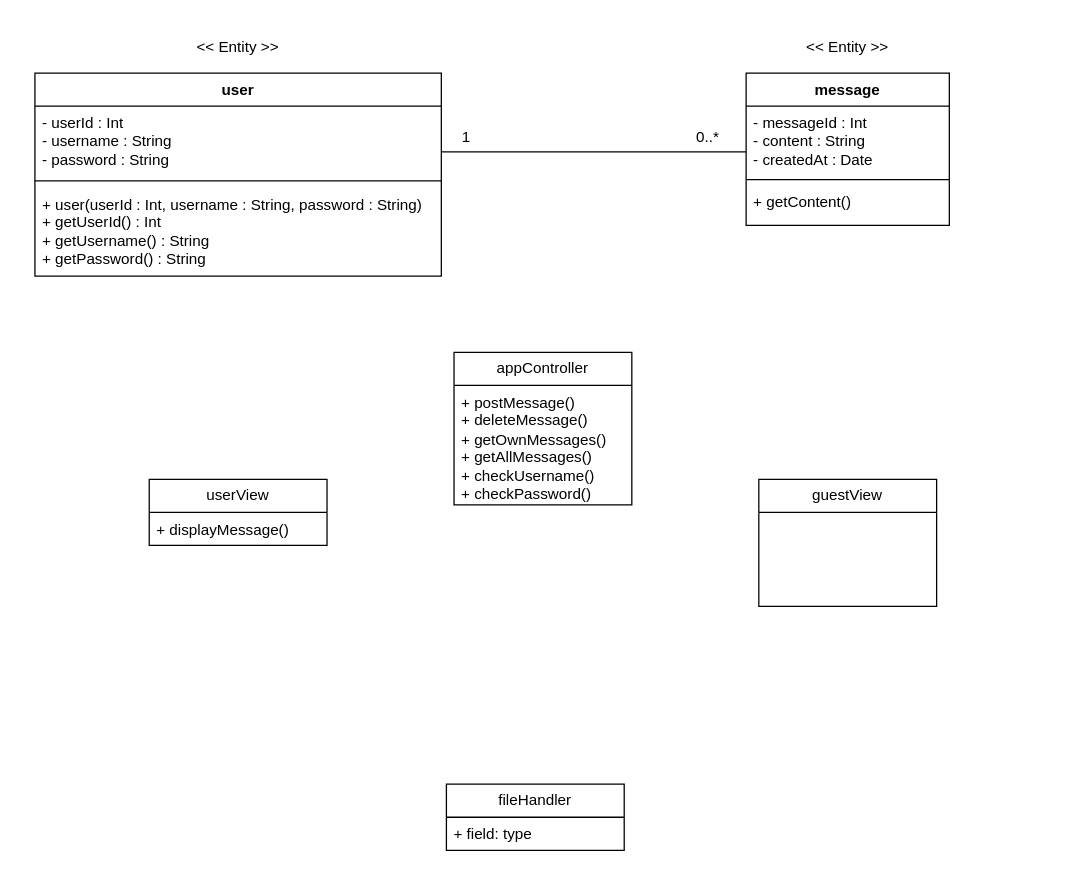
Before: diagrams/class_diagram.drawio in SaraMalmstedt/Chatterbox_Group3, a draw.io diagram. Source tidied: cells renumbered, new cells numbered last; positions are measured from the earlier drawing's top-left corner, leaving out a move shared by most shapes. Both pictures are drawn from the tidied source at 127%, with x=0, y=0 at pixel (34, 22).
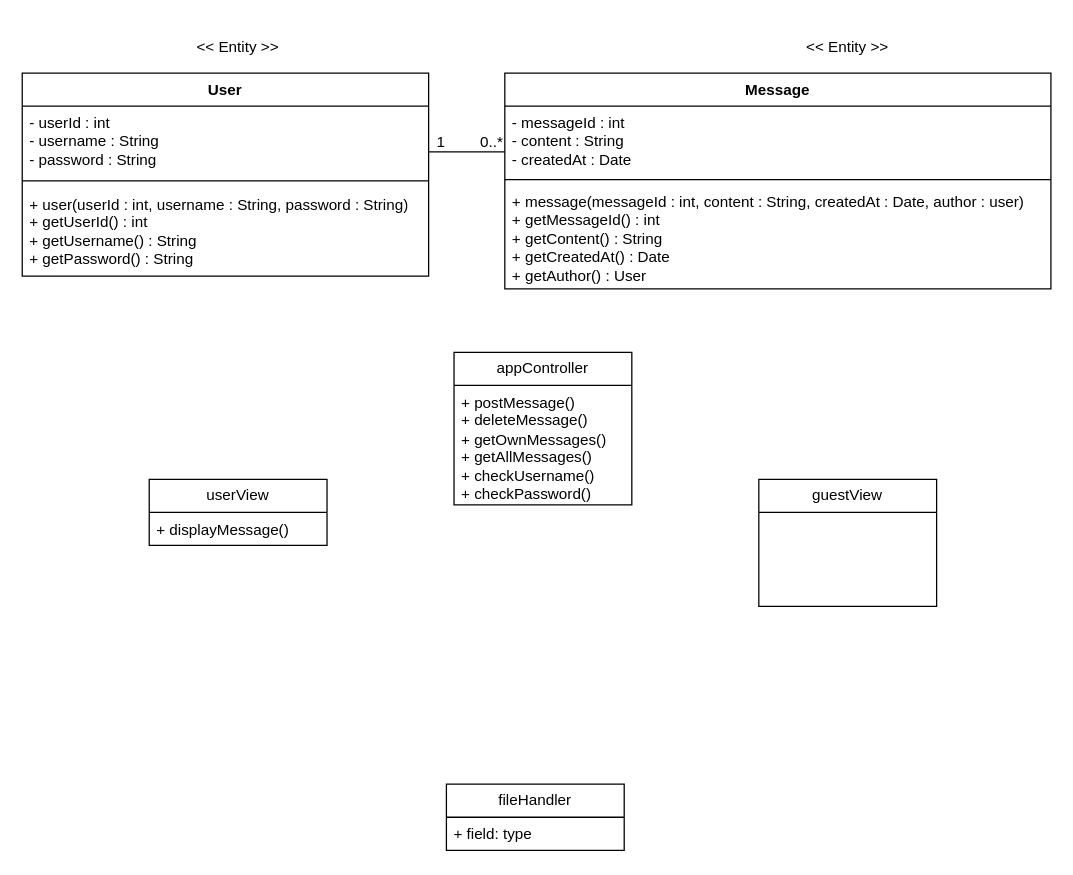
After the change.

Commit message:
finish message class in class_diagram.drawio

The edit, as a diff of the source:
```diff
@@
-    <mxCell id="2" value="user" style="swimlane;fontStyle=1;align=center;verticalAlign=top;horizontal=1;startSize=26;whiteSpace=wrap;html=1;" parent="1" vertex="1">
-      <mxGeometry y="40" width="320" height="160" as="geometry" />
+    <mxCell id="2" value="User" style="swimlane;fontStyle=1;align=center;verticalAlign=top;horizontal=1;startSize=26;whiteSpace=wrap;html=1;" parent="1" vertex="1">
+      <mxGeometry x="-10" y="40" width="320" height="160" as="geometry" />
     </mxCell>
-    <mxCell id="3" value="- userId : Int&lt;div&gt;- username : String&lt;/div&gt;&lt;div&gt;- password : String&lt;/div&gt;" style="text;strokeColor=none;fillColor=none;align=left;verticalAlign=top;spacingLeft=4;spacingRight=4;overflow=hidden;whiteSpace=wrap;html=1;" parent="2" vertex="1">
+    <mxCell id="3" value="- userId : int&lt;div&gt;- username : String&lt;/div&gt;&lt;div&gt;- password : String&lt;/div&gt;" style="text;strokeColor=none;fillColor=none;align=left;verticalAlign=top;spacingLeft=4;spacingRight=4;overflow=hidden;whiteSpace=wrap;html=1;" parent="2" vertex="1">
       <mxGeometry y="26" width="320" height="54" as="geometry" />
     </mxCell>
@@
-    <mxCell id="5" value="&lt;div&gt;+ user(userId : Int, username : String, password : String)&lt;/div&gt;&lt;div&gt;+ getUserId() : Int&lt;/div&gt;&lt;div&gt;+ getUsername() : String&lt;/div&gt;&lt;div&gt;+ getPassword() : String&lt;/div&gt;" style="text;strokeColor=none;fillColor=none;align=left;verticalAlign=top;spacingLeft=4;spacingRight=4;overflow=hidden;whiteSpace=wrap;html=1;" parent="2" vertex="1">
+    <mxCell id="5" value="&lt;div&gt;+ user(userId : int, username : String, password : String)&lt;/div&gt;&lt;div&gt;+ getUserId() : int&lt;/div&gt;&lt;div&gt;+ getUsername() : String&lt;/div&gt;&lt;div&gt;+ getPassword() : String&lt;/div&gt;" style="text;strokeColor=none;fillColor=none;align=left;verticalAlign=top;spacingLeft=4;spacingRight=4;overflow=hidden;whiteSpace=wrap;html=1;" parent="2" vertex="1">
       <mxGeometry y="90" width="320" height="70" as="geometry" />
     </mxCell>
-    <mxCell id="6" value="message" style="swimlane;fontStyle=1;align=center;verticalAlign=top;horizontal=1;startSize=26;whiteSpace=wrap;html=1;" parent="1" vertex="1">
-      <mxGeometry x="560" y="40" width="160" height="120" as="geometry" />
+    <mxCell id="6" value="Message" style="swimlane;fontStyle=1;align=center;verticalAlign=top;horizontal=1;startSize=26;whiteSpace=wrap;html=1;" parent="1" vertex="1">
+      <mxGeometry x="370" y="40" width="430" height="170" as="geometry" />
     </mxCell>
-    <mxCell id="7" value="- messageId : Int&lt;div&gt;- content : String&lt;/div&gt;&lt;div&gt;- createdAt : Date&lt;/div&gt;" style="text;strokeColor=none;fillColor=none;align=left;verticalAlign=top;spacingLeft=4;spacingRight=4;overflow=hidden;whiteSpace=wrap;html=1;" parent="6" vertex="1">
-      <mxGeometry y="26" width="160" height="54" as="geometry" />
+    <mxCell id="7" value="- messageId : int&lt;div&gt;- content : String&lt;/div&gt;&lt;div&gt;- createdAt : Date&lt;/div&gt;" style="text;strokeColor=none;fillColor=none;align=left;verticalAlign=top;spacingLeft=4;spacingRight=4;overflow=hidden;whiteSpace=wrap;html=1;" parent="6" vertex="1">
+      <mxGeometry y="26" width="430" height="54" as="geometry" />
     </mxCell>
     <mxCell id="8" style="line;strokeWidth=1;fillColor=none;align=left;verticalAlign=middle;spacingTop=-1;spacingLeft=3;spacingRight=3;labelPosition=right;strokeColor=inherit;" parent="6" vertex="1">
-      <mxGeometry y="80" width="160" height="8" as="geometry" />
+      <mxGeometry y="80" width="430" height="8" as="geometry" />
     </mxCell>
-    <mxCell id="9" value="+ getContent()" style="text;strokeColor=none;fillColor=none;align=left;verticalAlign=top;spacingLeft=4;spacingRight=4;overflow=hidden;whiteSpace=wrap;html=1;" parent="6" vertex="1">
-      <mxGeometry y="88" width="160" height="32" as="geometry" />
+    <mxCell id="9" value="+ message(messageId : int, content : String, createdAt : Date, author : user)&lt;div&gt;+ getMessageId() : int&lt;/div&gt;&lt;div&gt;+ getContent() : String&lt;/div&gt;&lt;div&gt;+ getCreatedAt() : Date&lt;/div&gt;&lt;div&gt;+ getAuthor() : User&lt;/div&gt;" style="text;strokeColor=none;fillColor=none;align=left;verticalAlign=top;spacingLeft=4;spacingRight=4;overflow=hidden;whiteSpace=wrap;html=1;" parent="6" vertex="1">
+      <mxGeometry y="88" width="430" height="82" as="geometry" />
     </mxCell>
     <mxCell id="10" style="line;strokeWidth=1;fillColor=none;align=left;verticalAlign=middle;spacingTop=-1;spacingLeft=3;spacingRight=3;labelPosition=right;strokeColor=inherit;" parent="1" vertex="1">
-      <mxGeometry x="320" y="98" width="240" height="8" as="geometry" />
+      <mxGeometry x="310" y="98" width="60" height="8" as="geometry" />
     </mxCell>
     <mxCell id="11" value="1" style="text;html=1;whiteSpace=wrap;strokeColor=none;fillColor=none;align=center;verticalAlign=middle;rounded=0;" parent="1" vertex="1">
-      <mxGeometry x="310" y="76" width="60" height="30" as="geometry" />
+      <mxGeometry x="290" y="80" width="60" height="30" as="geometry" />
     </mxCell>
     <mxCell id="12" value="0..*" style="text;html=1;whiteSpace=wrap;strokeColor=none;fillColor=none;align=center;verticalAlign=middle;rounded=0;" parent="1" vertex="1">
-      <mxGeometry x="500" y="76" width="60" height="30" as="geometry" />
+      <mxGeometry x="330" y="80" width="60" height="30" as="geometry" />
     </mxCell>
```
